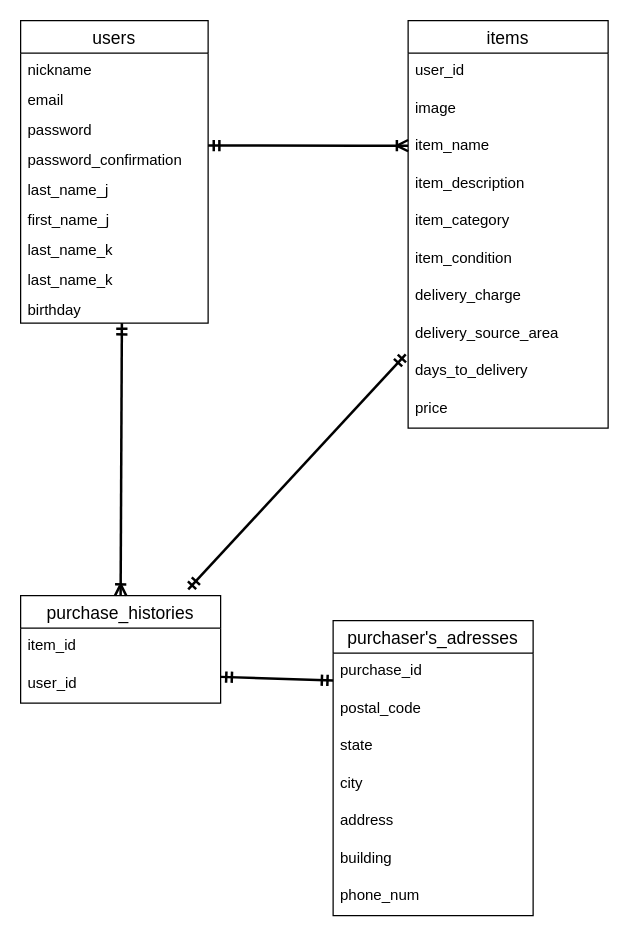
Before: app/table.dio in ryota-narushima/furima-32550, a draw.io diagram. Source tidied: cells renumbered, new cells numbered last; positions are measured from the earlier drawing's top-left corner, leaving out a move shared by most shapes. Both pictures are drawn from the tidied source at 125%, with x=0, y=0 at pixel (20, 20).
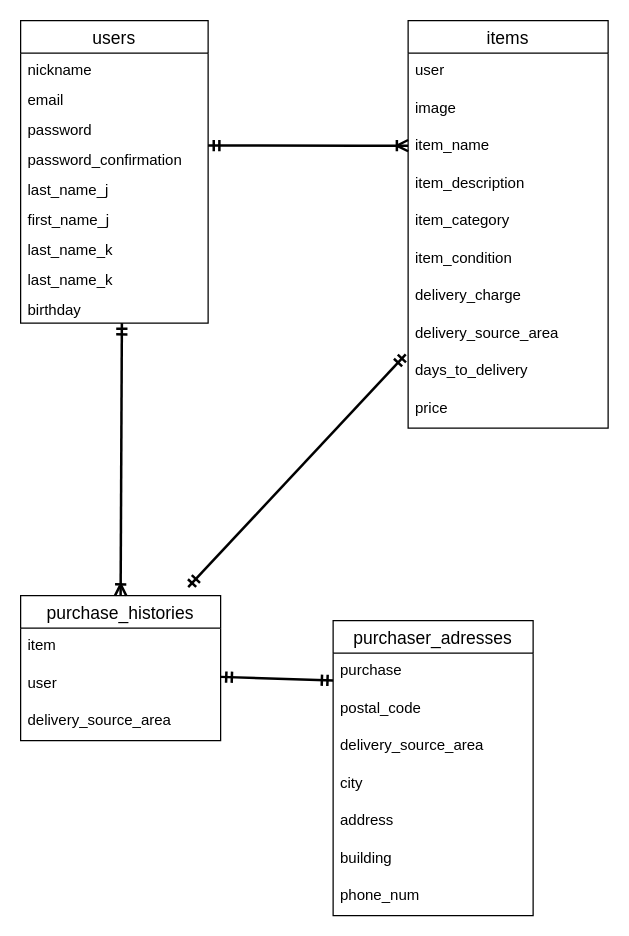
After the change.

The change refers to these unchanged cells:
```xml
<mxCell id="12" value="items" style="swimlane;fontStyle=0;horizontal=1;startSize=26;align=center;fontSize=14;" parent="1" vertex="1">
  <mxGeometry x="310" width="160" height="326" as="geometry" />
</mxCell>
```

What changed in the source:
```diff
@@
-    <mxCell id="13" value="user_id" style="text;strokeColor=none;fillColor=none;spacingLeft=4;spacingRight=4;overflow=hidden;fontSize=12;" parent="12" vertex="1">
+    <mxCell id="13" value="user" style="text;strokeColor=none;fillColor=none;spacingLeft=4;spacingRight=4;overflow=hidden;fontSize=12;" parent="12" vertex="1">
       <mxGeometry y="26" width="160" height="30" as="geometry" />
     </mxCell>
@@
     <mxCell id="23" value="purchase_histories" style="swimlane;fontStyle=0;horizontal=1;startSize=26;align=center;fontSize=14;" parent="1" vertex="1">
-      <mxGeometry y="460" width="160" height="86" as="geometry" />
+      <mxGeometry y="460" width="160" height="116" as="geometry" />
     </mxCell>
-    <mxCell id="24" value="item_id" style="text;strokeColor=none;fillColor=none;spacingLeft=4;spacingRight=4;overflow=hidden;fontSize=12;" parent="23" vertex="1">
+    <mxCell id="24" value="item" style="text;strokeColor=none;fillColor=none;spacingLeft=4;spacingRight=4;overflow=hidden;fontSize=12;" parent="23" vertex="1">
       <mxGeometry y="26" width="160" height="30" as="geometry" />
     </mxCell>
-    <mxCell id="25" value="user_id" style="text;strokeColor=none;fillColor=none;spacingLeft=4;spacingRight=4;overflow=hidden;points=[[0,0.5],[1,0.5]];portConstraint=eastwest;fontSize=12;" parent="23" vertex="1">
+    <mxCell id="25" value="user" style="text;strokeColor=none;fillColor=none;spacingLeft=4;spacingRight=4;overflow=hidden;points=[[0,0.5],[1,0.5]];portConstraint=eastwest;fontSize=12;" parent="23" vertex="1">
       <mxGeometry y="56" width="160" height="30" as="geometry" />
     </mxCell>
+    <mxCell id="38" value="delivery_source_area" style="text;strokeColor=none;fillColor=none;spacingLeft=4;spacingRight=4;overflow=hidden;fontSize=12;" parent="23" vertex="1">
+      <mxGeometry y="86" width="160" height="30" as="geometry" />
+    </mxCell>
-    <mxCell id="26" value="purchaser's_adresses" style="swimlane;fontStyle=0;horizontal=1;startSize=26;align=center;fontSize=14;" parent="1" vertex="1">
+    <mxCell id="26" value="purchaser_adresses" style="swimlane;fontStyle=0;horizontal=1;startSize=26;align=center;fontSize=14;" parent="1" vertex="1">
       <mxGeometry x="250" y="480" width="160" height="236" as="geometry" />
     </mxCell>
-    <mxCell id="27" value="purchase_id" style="text;strokeColor=none;fillColor=none;spacingLeft=4;spacingRight=4;overflow=hidden;points=[[0,0.5],[1,0.5]];portConstraint=eastwest;fontSize=12;" parent="26" vertex="1">
+    <mxCell id="27" value="purchase" style="text;strokeColor=none;fillColor=none;spacingLeft=4;spacingRight=4;overflow=hidden;points=[[0,0.5],[1,0.5]];portConstraint=eastwest;fontSize=12;" parent="26" vertex="1">
       <mxGeometry y="26" width="160" height="30" as="geometry" />
     </mxCell>
@@
-    <mxCell id="29" value="state" style="text;strokeColor=none;fillColor=none;spacingLeft=4;spacingRight=4;overflow=hidden;fontSize=12;" parent="26" vertex="1">
+    <mxCell id="29" value="delivery_source_area" style="text;strokeColor=none;fillColor=none;spacingLeft=4;spacingRight=4;overflow=hidden;fontSize=12;" parent="26" vertex="1">
       <mxGeometry y="86" width="160" height="30" as="geometry" />
     </mxCell>
```
